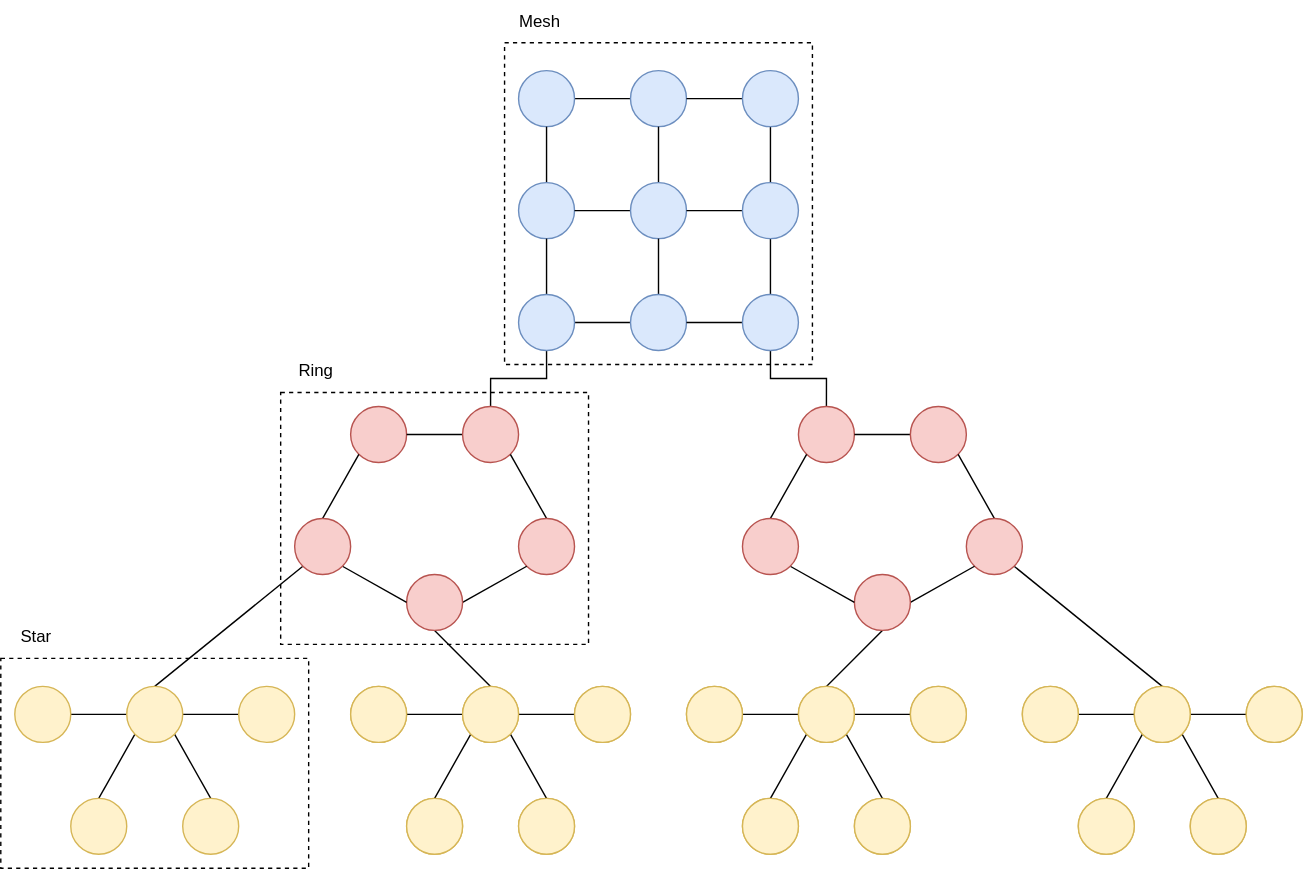
Before: tareas/tarea_corta_1/Hybrid_network.svg, a diagram exported from draw.io (GabrielSerranoUCR/redes-C17497). Source tidied: cells renumbered, new cells last; positions are measured from the earlier drawing's top-left corner, leaving out a move shared by most shapes.
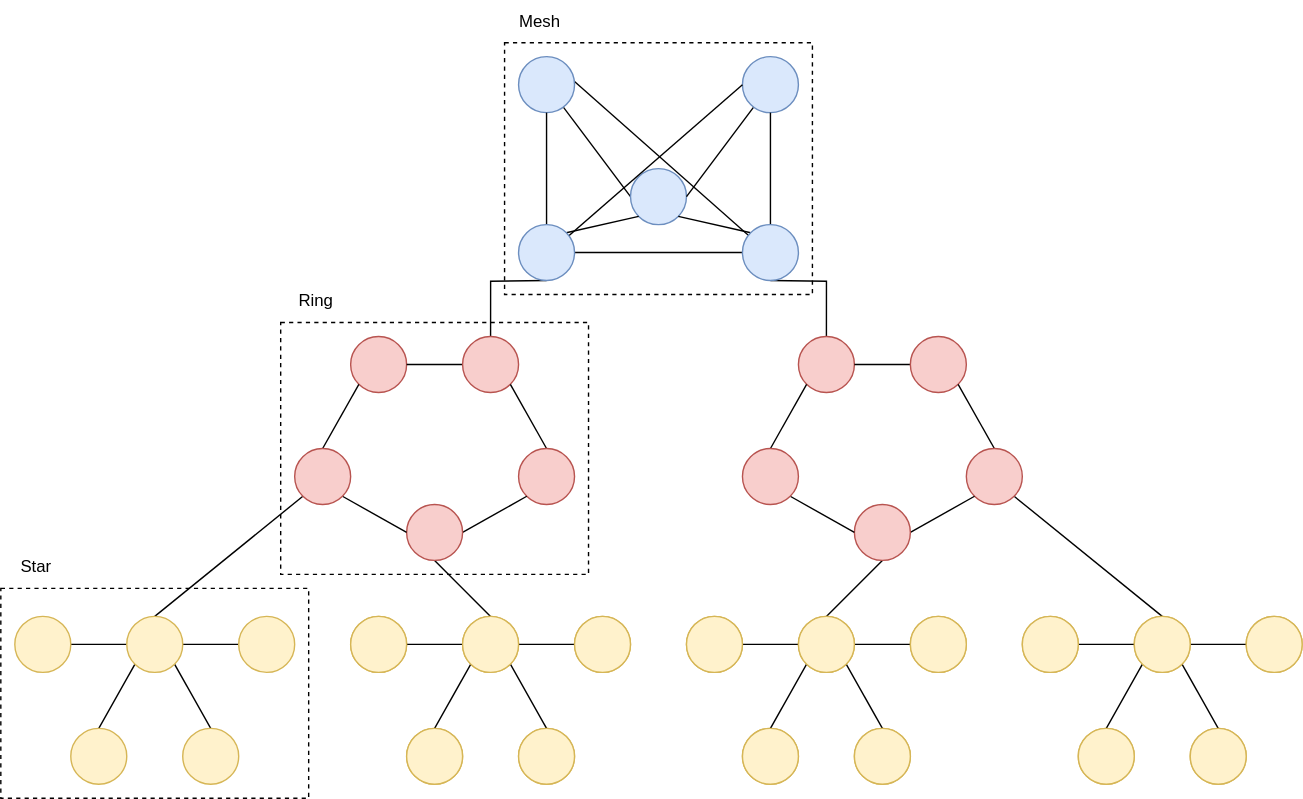
After the commit.

Commit message:
Mesh network fixed.

The edit, as a diff of the source:
```diff
@@ -2,83 +2,42 @@
   <root>
     <mxCell id="0" />
     <mxCell id="1" parent="0" />
+    <mxCell id="106" style="rounded=0;whiteSpace=wrap;html=1;dashed=1;" parent="1" vertex="1">
+      <mxGeometry x="360" y="80" width="220" height="180" as="geometry" />
+    </mxCell>
     <mxCell id="2" style="rounded=0;whiteSpace=wrap;html=1;dashed=1;" parent="1" vertex="1">
       <mxGeometry y="470" width="220" height="150" as="geometry" />
     </mxCell>
     <mxCell id="3" style="rounded=0;whiteSpace=wrap;html=1;dashed=1;" parent="1" vertex="1">
       <mxGeometry x="200" y="280" width="220" height="180" as="geometry" />
     </mxCell>
-    <mxCell id="4" style="rounded=0;whiteSpace=wrap;html=1;dashed=1;" parent="1" vertex="1">
-      <mxGeometry x="360" y="30" width="220" height="230" as="geometry" />
-    </mxCell>
-    <mxCell id="5" style="rounded=0;jettySize=auto;html=1;exitX=0;exitY=0.5;exitDx=0;exitDy=0;endArrow=none;startFill=0;" parent="1" edge="1" source="6" target="7">
+    <mxCell id="5" style="rounded=0;jettySize=auto;html=1;exitX=0;exitY=0.5;exitDx=0;exitDy=0;endArrow=none;startFill=0;endFill=1;" parent="1" edge="1" source="6" target="7">
       <mxGeometry relative="1" as="geometry" />
     </mxCell>
     <mxCell id="6" style="ellipse;whiteSpace=wrap;html=1;fillColor=#dae8fc;strokeColor=#6c8ebf;" parent="1" vertex="1">
-      <mxGeometry x="450" y="50" width="40" height="40" as="geometry" />
+      <mxGeometry x="450" y="170" width="40" height="40" as="geometry" />
     </mxCell>
+    <mxCell id="107" style="rounded=0;jettySize=auto;html=1;exitX=0.5;exitY=0;exitDx=0;exitDy=0;entryX=1;entryY=1;entryDx=0;entryDy=0;endArrow=none;endFill=1;startFill=0;" parent="1" edge="1" source="7" target="22">
+      <mxGeometry relative="1" as="geometry" />
+    </mxCell>
     <mxCell id="7" style="ellipse;whiteSpace=wrap;html=1;fillColor=#dae8fc;strokeColor=#6c8ebf;" parent="1" vertex="1">
-      <mxGeometry x="370" y="50" width="40" height="40" as="geometry" />
+      <mxGeometry x="370" y="90" width="40" height="40" as="geometry" />
     </mxCell>
-    <mxCell id="8" style="edgeStyle=orthogonalEdgeStyle;rounded=0;jettySize=auto;html=1;exitX=0.5;exitY=0;exitDx=0;exitDy=0;entryX=0.5;entryY=1;entryDx=0;entryDy=0;endArrow=none;startFill=0;" parent="1" edge="1" source="9" target="7">
-      <mxGeometry relative="1" as="geometry" />
-    </mxCell>
-    <mxCell id="9" style="ellipse;whiteSpace=wrap;html=1;fillColor=#dae8fc;strokeColor=#6c8ebf;" parent="1" vertex="1">
-      <mxGeometry x="370" y="130" width="40" height="40" as="geometry" />
-    </mxCell>
-    <mxCell id="10" style="edgeStyle=orthogonalEdgeStyle;rounded=0;jettySize=auto;html=1;exitX=0;exitY=0.5;exitDx=0;exitDy=0;entryX=1;entryY=0.5;entryDx=0;entryDy=0;endArrow=none;startFill=0;" parent="1" edge="1" source="12" target="9">
-      <mxGeometry relative="1" as="geometry" />
-    </mxCell>
-    <mxCell id="11" style="edgeStyle=orthogonalEdgeStyle;rounded=0;jettySize=auto;html=1;exitX=0.5;exitY=0;exitDx=0;exitDy=0;entryX=0.5;entryY=1;entryDx=0;entryDy=0;endArrow=none;startFill=0;" parent="1" edge="1" source="12" target="6">
-      <mxGeometry relative="1" as="geometry" />
-    </mxCell>
-    <mxCell id="12" style="ellipse;whiteSpace=wrap;html=1;fillColor=#dae8fc;strokeColor=#6c8ebf;" parent="1" vertex="1">
-      <mxGeometry x="450" y="130" width="40" height="40" as="geometry" />
-    </mxCell>
-    <mxCell id="13" style="edgeStyle=orthogonalEdgeStyle;rounded=0;jettySize=auto;html=1;exitX=0.5;exitY=0;exitDx=0;exitDy=0;endArrow=none;startFill=0;" parent="1" edge="1" source="15" target="12">
-      <mxGeometry relative="1" as="geometry" />
-    </mxCell>
-    <mxCell id="14" style="edgeStyle=orthogonalEdgeStyle;rounded=0;jettySize=auto;html=1;exitX=0;exitY=0.5;exitDx=0;exitDy=0;entryX=1;entryY=0.5;entryDx=0;entryDy=0;endArrow=none;startFill=0;" parent="1" edge="1" source="15" target="18">
-      <mxGeometry relative="1" as="geometry" />
-    </mxCell>
-    <mxCell id="15" style="ellipse;whiteSpace=wrap;html=1;fillColor=#dae8fc;strokeColor=#6c8ebf;" parent="1" vertex="1">
-      <mxGeometry x="450" y="210" width="40" height="40" as="geometry" />
-    </mxCell>
-    <mxCell id="16" style="edgeStyle=orthogonalEdgeStyle;rounded=0;jettySize=auto;html=1;exitX=0.5;exitY=0;exitDx=0;exitDy=0;entryX=0.5;entryY=1;entryDx=0;entryDy=0;endArrow=none;startFill=0;" parent="1" edge="1" source="18" target="9">
-      <mxGeometry relative="1" as="geometry" />
-    </mxCell>
-    <mxCell id="17" style="edgeStyle=orthogonalEdgeStyle;rounded=0;jettySize=auto;html=1;exitX=0.5;exitY=1;exitDx=0;exitDy=0;entryX=0.5;entryY=0;entryDx=0;entryDy=0;endArrow=none;startFill=0;" parent="1" edge="1" source="18" target="30">
-      <mxGeometry relative="1" as="geometry" />
+    <mxCell id="17" style="edgeStyle=orthogonalEdgeStyle;rounded=0;jettySize=auto;html=1;exitX=0.5;exitY=1;exitDx=0;exitDy=0;entryX=0.5;entryY=0;entryDx=0;entryDy=0;endArrow=none;startFill=0;" parent="1" edge="1" target="30">
+      <mxGeometry relative="1" as="geometry">
+        <mxPoint x="390" y="250" as="sourcePoint" />
+      </mxGeometry>
     </mxCell>
-    <mxCell id="18" style="ellipse;whiteSpace=wrap;html=1;fillColor=#dae8fc;strokeColor=#6c8ebf;" parent="1" vertex="1">
-      <mxGeometry x="370" y="210" width="40" height="40" as="geometry" />
-    </mxCell>
-    <mxCell id="19" style="edgeStyle=orthogonalEdgeStyle;rounded=0;jettySize=auto;html=1;exitX=0.5;exitY=0;exitDx=0;exitDy=0;entryX=0.5;entryY=1;entryDx=0;entryDy=0;endArrow=none;startFill=0;" parent="1" edge="1" source="22" target="25">
-      <mxGeometry relative="1" as="geometry" />
-    </mxCell>
-    <mxCell id="20" style="edgeStyle=orthogonalEdgeStyle;rounded=0;jettySize=auto;html=1;exitX=0;exitY=0.5;exitDx=0;exitDy=0;entryX=1;entryY=0.5;entryDx=0;entryDy=0;endArrow=none;startFill=0;" parent="1" edge="1" source="22" target="15">
-      <mxGeometry relative="1" as="geometry" />
-    </mxCell>
-    <mxCell id="21" style="edgeStyle=orthogonalEdgeStyle;rounded=0;jettySize=auto;html=1;exitX=0.5;exitY=1;exitDx=0;exitDy=0;entryX=0.5;entryY=0;entryDx=0;entryDy=0;endArrow=none;startFill=0;" parent="1" edge="1" source="22" target="40">
-      <mxGeometry relative="1" as="geometry" />
+    <mxCell id="21" style="edgeStyle=orthogonalEdgeStyle;rounded=0;jettySize=auto;html=1;exitX=0.5;exitY=1;exitDx=0;exitDy=0;entryX=0.5;entryY=0;entryDx=0;entryDy=0;endArrow=none;startFill=0;" parent="1" edge="1" target="40">
+      <mxGeometry relative="1" as="geometry">
+        <mxPoint x="550" y="250" as="sourcePoint" />
+      </mxGeometry>
     </mxCell>
-    <mxCell id="22" style="ellipse;whiteSpace=wrap;html=1;fillColor=#dae8fc;strokeColor=#6c8ebf;" parent="1" vertex="1">
-      <mxGeometry x="530" y="210" width="40" height="40" as="geometry" />
-    </mxCell>
-    <mxCell id="23" style="edgeStyle=orthogonalEdgeStyle;rounded=0;jettySize=auto;html=1;exitX=0;exitY=0.5;exitDx=0;exitDy=0;entryX=1;entryY=0.5;entryDx=0;entryDy=0;endArrow=none;startFill=0;" parent="1" edge="1" source="25" target="12">
-      <mxGeometry relative="1" as="geometry" />
-    </mxCell>
-    <mxCell id="24" style="edgeStyle=orthogonalEdgeStyle;rounded=0;jettySize=auto;html=1;exitX=0.5;exitY=0;exitDx=0;exitDy=0;entryX=0.5;entryY=1;entryDx=0;entryDy=0;endArrow=none;startFill=0;" parent="1" edge="1" source="25" target="27">
-      <mxGeometry relative="1" as="geometry" />
-    </mxCell>
-    <mxCell id="25" style="ellipse;whiteSpace=wrap;html=1;fillColor=#dae8fc;strokeColor=#6c8ebf;" parent="1" vertex="1">
-      <mxGeometry x="530" y="130" width="40" height="40" as="geometry" />
-    </mxCell>
-    <mxCell id="26" style="edgeStyle=orthogonalEdgeStyle;rounded=0;jettySize=auto;html=1;entryX=1;entryY=0.5;entryDx=0;entryDy=0;endArrow=none;startFill=0;" parent="1" edge="1" source="27" target="6">
+    <mxCell id="26" style="rounded=0;jettySize=auto;html=1;entryX=1;entryY=0.5;entryDx=0;entryDy=0;endArrow=none;startFill=0;endFill=1;" parent="1" edge="1" source="27" target="6">
       <mxGeometry relative="1" as="geometry" />
     </mxCell>
     <mxCell id="27" style="ellipse;whiteSpace=wrap;html=1;fillColor=#dae8fc;strokeColor=#6c8ebf;" parent="1" vertex="1">
-      <mxGeometry x="530" y="50" width="40" height="40" as="geometry" />
+      <mxGeometry x="530" y="90" width="40" height="40" as="geometry" />
     </mxCell>
     <mxCell id="28" style="ellipse;whiteSpace=wrap;html=1;fillColor=#f8cecc;strokeColor=#b85450;" parent="1" vertex="1">
       <mxGeometry x="250" y="290" width="40" height="40" as="geometry" />
@@ -306,7 +265,7 @@
       <mxGeometry x="770" y="570" width="40" height="40" as="geometry" />
     </mxCell>
     <mxCell id="103" value="Mesh" style="text;html=1;align=center;verticalAlign=middle;strokeColor=none;fillColor=none;" parent="1" vertex="1">
-      <mxGeometry x="360" width="50" height="30" as="geometry" />
+      <mxGeometry x="360" y="50" width="50" height="30" as="geometry" />
     </mxCell>
     <mxCell id="104" value="Ring" style="text;html=1;align=center;verticalAlign=middle;strokeColor=none;fillColor=none;" parent="1" vertex="1">
       <mxGeometry x="200" y="250" width="50" height="30" as="geometry" />
@@ -314,5 +273,29 @@
     <mxCell id="105" value="Star" style="text;html=1;align=center;verticalAlign=middle;strokeColor=none;fillColor=none;" parent="1" vertex="1">
       <mxGeometry y="440" width="50" height="30" as="geometry" />
     </mxCell>
+    <mxCell id="108" style="rounded=0;jettySize=auto;html=1;exitX=1;exitY=0;exitDx=0;exitDy=0;entryX=0;entryY=1;entryDx=0;entryDy=0;endArrow=none;endFill=1;startFill=0;" parent="1" edge="1" source="18" target="6">
+      <mxGeometry relative="1" as="geometry" />
+    </mxCell>
+    <mxCell id="109" style="rounded=0;jettySize=auto;html=1;exitX=0.5;exitY=0;exitDx=0;exitDy=0;entryX=0.5;entryY=1;entryDx=0;entryDy=0;endArrow=none;endFill=1;startFill=0;" parent="1" edge="1" source="18" target="7">
+      <mxGeometry relative="1" as="geometry" />
+    </mxCell>
+    <mxCell id="110" style="rounded=0;jettySize=auto;html=1;exitX=1;exitY=0.5;exitDx=0;exitDy=0;entryX=0;entryY=0.5;entryDx=0;entryDy=0;endArrow=none;endFill=1;startFill=0;" parent="1" edge="1" source="18" target="22">
+      <mxGeometry relative="1" as="geometry" />
+    </mxCell>
+    <mxCell id="111" style="rounded=0;jettySize=auto;html=1;exitX=0;exitY=1;exitDx=0;exitDy=0;entryX=0;entryY=0.5;entryDx=0;entryDy=0;endArrow=none;startFill=0;" parent="1" edge="1" source="18" target="27">
+      <mxGeometry relative="1" as="geometry" />
+    </mxCell>
+    <mxCell id="18" style="ellipse;whiteSpace=wrap;html=1;fillColor=#dae8fc;strokeColor=#6c8ebf;" parent="1" vertex="1">
+      <mxGeometry x="370" y="210" width="40" height="40" as="geometry" />
+    </mxCell>
+    <mxCell id="112" style="rounded=0;jettySize=auto;html=1;exitX=0;exitY=0;exitDx=0;exitDy=0;entryX=1;entryY=1;entryDx=0;entryDy=0;endArrow=none;endFill=1;startFill=0;" parent="1" edge="1" source="22" target="6">
+      <mxGeometry relative="1" as="geometry" />
+    </mxCell>
+    <mxCell id="113" style="rounded=0;jettySize=auto;html=1;exitX=0.5;exitY=0;exitDx=0;exitDy=0;entryX=0.5;entryY=1;entryDx=0;entryDy=0;endArrow=none;endFill=1;startFill=0;" parent="1" edge="1" source="22" target="27">
+      <mxGeometry relative="1" as="geometry" />
+    </mxCell>
+    <mxCell id="22" style="ellipse;whiteSpace=wrap;html=1;fillColor=#dae8fc;strokeColor=#6c8ebf;" parent="1" vertex="1">
+      <mxGeometry x="530" y="210" width="40" height="40" as="geometry" />
+    </mxCell>
   </root>
 </mxGraphModel>
```
